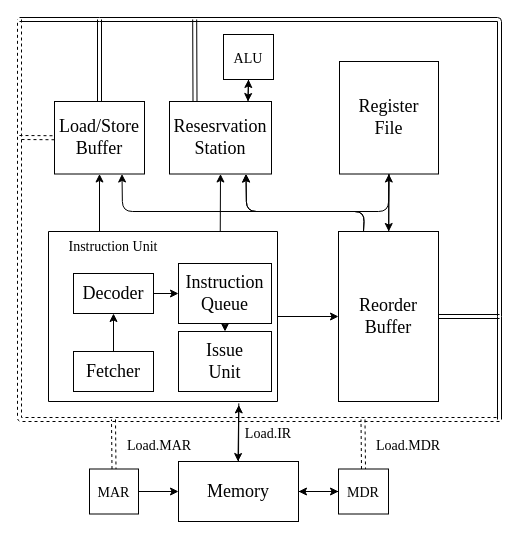
Before: docs/structure.drawio in Conless/RISC-V-Simulator, a draw.io diagram. Source tidied: cells renumbered, new cells numbered last; positions are measured from the earlier drawing's top-left corner, leaving out a move shared by most shapes. Both pictures are drawn from the tidied source at 100%, with x=0, y=0 at pixel (19, 19).
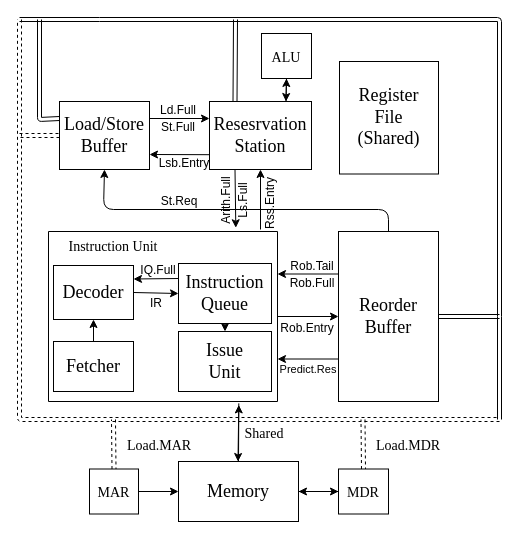
Above is the later version.

Commit message (it also covers changes not shown here):
feat(structure): finish the structure design.

The change refers to these unchanged cells:
```xml
<mxCell id="15" style="swimlane;startSize=0;fontFamily=Times New Roman;fontSize=14;" parent="1" vertex="1">
  <mxGeometry x="29" y="212" width="229" height="170" as="geometry" />
</mxCell>
<mxCell id="18" value="&lt;font face=&quot;Times New Roman&quot; style=&quot;font-size: 18px;&quot;&gt;Instruction Queue&lt;/font&gt;" style="whiteSpace=wrap;html=1;" parent="15" vertex="1">
  <mxGeometry x="130" y="32" width="93" height="60" as="geometry" />
</mxCell>
<mxCell id="23" value="&lt;font face=&quot;Times New Roman&quot; style=&quot;font-size: 18px;&quot;&gt;Reorder Buffer&lt;br&gt;&lt;/font&gt;" style="whiteSpace=wrap;html=1;" parent="1" vertex="1">
  <mxGeometry x="319" y="212" width="100" height="170" as="geometry" />
</mxCell>
```

Change to the diagram source:
```diff
@@
     <mxCell id="10" value="&lt;font face=&quot;Times New Roman&quot; style=&quot;font-size: 18px;&quot;&gt;Decoder&lt;/font&gt;" style="whiteSpace=wrap;html=1;" parent="1" vertex="1">
-      <mxGeometry x="54" y="254" width="80" height="40" as="geometry" />
+      <mxGeometry x="34" y="246" width="80" height="54" as="geometry" />
     </mxCell>
@@
-    <mxCell id="14" style="edgeStyle=none;html=1;exitX=0.75;exitY=0;exitDx=0;exitDy=0;entryX=0.5;entryY=1;entryDx=0;entryDy=0;fontFamily=Times New Roman;fontSize=14;" parent="1" edge="1" source="15" target="31">
-      <mxGeometry relative="1" as="geometry" />
+    <mxCell id="14" style="edgeStyle=none;html=1;entryX=0.5;entryY=1;entryDx=0;entryDy=0;fontFamily=Times New Roman;fontSize=14;" parent="1" edge="1" target="31">
+      <mxGeometry relative="1" as="geometry">
+        <mxPoint x="241" y="210" as="sourcePoint" />
+      </mxGeometry>
     </mxCell>
@@
     <mxCell id="19" value="&lt;font face=&quot;Times New Roman&quot; style=&quot;font-size: 18px;&quot;&gt;Fetcher&lt;/font&gt;" style="whiteSpace=wrap;html=1;" parent="15" vertex="1">
-      <mxGeometry x="25" y="120" width="80" height="40" as="geometry" />
+      <mxGeometry x="5" y="110" width="80" height="50" as="geometry" />
     </mxCell>
@@
-    <mxCell id="21" style="edgeStyle=none;html=1;fontFamily=Times New Roman;fontSize=14;" parent="1" edge="1" source="23" target="26">
-      <mxGeometry relative="1" as="geometry" />
-    </mxCell>
-    <mxCell id="22" style="edgeStyle=none;html=1;exitX=0.25;exitY=0;exitDx=0;exitDy=0;entryX=0.75;entryY=1;entryDx=0;entryDy=0;fontFamily=Times New Roman;fontSize=14;" parent="1" edge="1" source="23" target="31">
-      <mxGeometry relative="1" as="geometry">
-        <Array as="points">
-          <mxPoint x="345" y="192" />
-          <mxPoint x="227" y="192" />
-        </Array>
-      </mxGeometry>
-    </mxCell>
+    <mxCell id="45" value="&lt;font style=&quot;font-size: 12px;&quot;&gt;IQ.Full&lt;/font&gt;" style="text;strokeColor=none;align=center;fillColor=none;html=1;verticalAlign=middle;whiteSpace=wrap;rounded=0;fontSize=14;" parent="15" vertex="1">
+      <mxGeometry x="80" y="23" width="60" height="30" as="geometry" />
+    </mxCell>
+    <mxCell id="46" value="&lt;font style=&quot;font-size: 12px;&quot;&gt;IR&lt;/font&gt;" style="text;strokeColor=none;align=center;fillColor=none;html=1;verticalAlign=middle;whiteSpace=wrap;rounded=0;fontSize=14;" parent="15" vertex="1">
+      <mxGeometry x="78" y="56" width="60" height="30" as="geometry" />
+    </mxCell>
@@
-    <mxCell id="24" style="edgeStyle=none;html=1;exitX=0.5;exitY=1;exitDx=0;exitDy=0;entryX=0.75;entryY=1;entryDx=0;entryDy=0;fontFamily=Times New Roman;fontSize=14;" parent="1" edge="1" source="26" target="31">
-      <mxGeometry relative="1" as="geometry">
-        <Array as="points">
-          <mxPoint x="369" y="192" />
-          <mxPoint x="227" y="192" />
-        </Array>
-      </mxGeometry>
-    </mxCell>
-    <mxCell id="25" style="edgeStyle=none;html=1;fontFamily=Times New Roman;fontSize=14;" parent="1" edge="1" source="26" target="23">
-      <mxGeometry relative="1" as="geometry" />
-    </mxCell>
-    <mxCell id="26" value="&lt;font face=&quot;Times New Roman&quot; style=&quot;font-size: 18px;&quot;&gt;Register&lt;br&gt;File&lt;br&gt;&lt;/font&gt;" style="whiteSpace=wrap;html=1;" parent="1" vertex="1">
+    <mxCell id="26" value="&lt;font face=&quot;Times New Roman&quot; style=&quot;font-size: 18px;&quot;&gt;Register&lt;br&gt;File&lt;br&gt;(Shared)&lt;br&gt;&lt;/font&gt;" style="whiteSpace=wrap;html=1;" parent="1" vertex="1">
       <mxGeometry x="320" y="42" width="99" height="112.5" as="geometry" />
     </mxCell>
-    <mxCell id="27" style="edgeStyle=none;html=1;exitX=0.75;exitY=0;exitDx=0;exitDy=0;entryX=0.5;entryY=1;entryDx=0;entryDy=0;fontFamily=Times New Roman;fontSize=14;" parent="1" edge="1" target="34">
-      <mxGeometry relative="1" as="geometry">
-        <mxPoint x="228.5" y="82" as="sourcePoint" />
-      </mxGeometry>
+    <mxCell id="27" style="edgeStyle=none;html=1;exitX=0.75;exitY=0;exitDx=0;exitDy=0;entryX=0.5;entryY=1;entryDx=0;entryDy=0;fontFamily=Times New Roman;fontSize=14;" parent="1" edge="1" source="31" target="34">
+      <mxGeometry relative="1" as="geometry" />
     </mxCell>
+    <mxCell id="47" style="edgeStyle=none;html=1;exitX=1;exitY=0.25;exitDx=0;exitDy=0;entryX=0;entryY=0.25;entryDx=0;entryDy=0;fontSize=18;" parent="1" edge="1" source="28" target="31">
+      <mxGeometry relative="1" as="geometry" />
+    </mxCell>
-    <mxCell id="28" value="&lt;font face=&quot;Times New Roman&quot; style=&quot;font-size: 18px;&quot;&gt;Load/Store&lt;br&gt;Buffer&lt;br&gt;&lt;/font&gt;" style="whiteSpace=wrap;html=1;" parent="1" vertex="1">
-      <mxGeometry x="35" y="82" width="90" height="72.5" as="geometry" />
+    <mxCell id="28" value="&lt;font face=&quot;Times New Roman&quot; style=&quot;font-size: 18px;&quot;&gt;&lt;span style=&quot;&quot;&gt;Load/Store&lt;br&gt;&lt;/span&gt;Buffer&lt;br&gt;&lt;/font&gt;" style="whiteSpace=wrap;html=1;" parent="1" vertex="1">
+      <mxGeometry x="40" y="82" width="90" height="68" as="geometry" />
     </mxCell>
-    <mxCell id="29" style="edgeStyle=none;html=1;entryX=0.5;entryY=1;entryDx=0;entryDy=0;fontFamily=Times New Roman;fontSize=14;" parent="1" edge="1" target="28">
-      <mxGeometry relative="1" as="geometry">
-        <mxPoint x="80" y="212" as="sourcePoint" />
-      </mxGeometry>
-    </mxCell>
     <mxCell id="30" style="edgeStyle=none;shape=link;html=1;exitX=0.25;exitY=0;exitDx=0;exitDy=0;strokeWidth=1;fontFamily=Times New Roman;fontSize=14;" parent="1" edge="1" source="31">
       <mxGeometry relative="1" as="geometry">
-        <mxPoint x="175.2" as="targetPoint" />
+        <mxPoint x="216" as="targetPoint" />
       </mxGeometry>
     </mxCell>
+    <mxCell id="48" style="edgeStyle=none;html=1;exitX=0;exitY=0.5;exitDx=0;exitDy=0;" parent="1" edge="1">
+      <mxGeometry relative="1" as="geometry">
+        <mxPoint x="190" y="135.2" as="sourcePoint" />
+        <mxPoint x="130" y="135" as="targetPoint" />
+      </mxGeometry>
+    </mxCell>
+    <mxCell id="49" style="edgeStyle=none;html=1;exitX=0.25;exitY=1;exitDx=0;exitDy=0;entryX=0.818;entryY=-0.022;entryDx=0;entryDy=0;entryPerimeter=0;fontSize=18;" parent="1" edge="1" source="31" target="15">
+      <mxGeometry relative="1" as="geometry" />
+    </mxCell>
     <mxCell id="31" value="&lt;span style=&quot;font-family: &amp;quot;Times New Roman&amp;quot;; font-size: 18px;&quot;&gt;Resesrvation&lt;/span&gt;&lt;br style=&quot;font-family: &amp;quot;Times New Roman&amp;quot;; font-size: 18px;&quot;&gt;&lt;span style=&quot;font-family: &amp;quot;Times New Roman&amp;quot;; font-size: 18px;&quot;&gt;Station&lt;/span&gt;&lt;font face=&quot;Times New Roman&quot; style=&quot;font-size: 18px;&quot;&gt;&lt;br&gt;&lt;/font&gt;" style="whiteSpace=wrap;html=1;" parent="1" vertex="1">
-      <mxGeometry x="150" y="82" width="102" height="72.5" as="geometry" />
+      <mxGeometry x="190" y="82" width="102" height="68" as="geometry" />
     </mxCell>
-    <mxCell id="32" style="edgeStyle=none;html=1;exitX=0.25;exitY=0;exitDx=0;exitDy=0;entryX=0.75;entryY=1;entryDx=0;entryDy=0;fontFamily=Times New Roman;fontSize=14;" parent="1" edge="1" source="23" target="28">
+    <mxCell id="32" style="edgeStyle=none;html=1;entryX=0.5;entryY=1;entryDx=0;entryDy=0;fontFamily=Times New Roman;fontSize=14;exitX=0.5;exitY=0;exitDx=0;exitDy=0;" parent="1" edge="1" source="23" target="28">
       <mxGeometry relative="1" as="geometry">
         <Array as="points">
-          <mxPoint x="345" y="192" />
-          <mxPoint x="103" y="192" />
+          <mxPoint x="369" y="190" />
+          <mxPoint x="84" y="190" />
         </Array>
       </mxGeometry>
     </mxCell>
-    <mxCell id="33" style="edgeStyle=none;html=1;exitX=0.5;exitY=1;exitDx=0;exitDy=0;entryX=0.75;entryY=0;entryDx=0;entryDy=0;fontFamily=Times New Roman;fontSize=14;" parent="1" edge="1" source="34">
-      <mxGeometry relative="1" as="geometry">
-        <mxPoint x="228.5" y="82" as="targetPoint" />
-      </mxGeometry>
+    <mxCell id="33" style="edgeStyle=none;html=1;exitX=0.5;exitY=1;exitDx=0;exitDy=0;entryX=0.75;entryY=0;entryDx=0;entryDy=0;fontFamily=Times New Roman;fontSize=14;" parent="1" edge="1" source="34" target="31">
+      <mxGeometry relative="1" as="geometry" />
     </mxCell>
     <mxCell id="34" value="&lt;font style=&quot;font-size: 14px;&quot;&gt;ALU&lt;/font&gt;" style="whiteSpace=wrap;html=1;fontFamily=Times New Roman;fontSize=18;" parent="1" vertex="1">
-      <mxGeometry x="204" y="15" width="50" height="45" as="geometry" />
+      <mxGeometry x="242" y="14" width="50" height="45" as="geometry" />
     </mxCell>
-    <mxCell id="35" value="Load.IR" style="text;html=1;strokeColor=none;fillColor=none;align=center;verticalAlign=middle;whiteSpace=wrap;rounded=0;fontFamily=Times New Roman;fontSize=14;" parent="1" vertex="1">
-      <mxGeometry x="219" y="400" width="60" height="30" as="geometry" />
+    <mxCell id="35" value="Shared" style="text;html=1;strokeColor=none;fillColor=none;align=center;verticalAlign=middle;whiteSpace=wrap;rounded=0;fontFamily=Times New Roman;fontSize=14;" parent="1" vertex="1">
+      <mxGeometry x="215" y="400" width="60" height="30" as="geometry" />
     </mxCell>
@@
-    <mxCell id="40" style="edgeStyle=none;shape=link;html=1;exitX=0.5;exitY=0;exitDx=0;exitDy=0;strokeWidth=1;fontFamily=Times New Roman;fontSize=14;" parent="1" edge="1" source="28">
+    <mxCell id="40" style="edgeStyle=none;shape=link;html=1;exitX=0;exitY=0.25;exitDx=0;exitDy=0;strokeWidth=1;fontFamily=Times New Roman;fontSize=14;" parent="1" edge="1" source="28">
       <mxGeometry relative="1" as="geometry">
-        <mxPoint x="80" as="targetPoint" />
+        <mxPoint x="20" as="targetPoint" />
+        <Array as="points">
+          <mxPoint x="20" y="100" />
+        </Array>
       </mxGeometry>
     </mxCell>
@@
     <mxCell id="44" style="edgeStyle=none;shape=link;html=1;strokeWidth=1;fontFamily=Times New Roman;fontSize=14;dashed=1;entryX=0;entryY=0.5;entryDx=0;entryDy=0;" parent="1" edge="1" target="28">
       <mxGeometry relative="1" as="geometry">
-        <mxPoint y="118" as="sourcePoint" />
+        <mxPoint y="116" as="sourcePoint" />
       </mxGeometry>
     </mxCell>
+    <mxCell id="50" style="edgeStyle=none;html=1;entryX=1;entryY=0.25;entryDx=0;entryDy=0;fontFamily=Times New Roman;fontSize=14;exitX=0;exitY=0.25;exitDx=0;exitDy=0;" parent="1" edge="1" source="23" target="15">
+      <mxGeometry relative="1" as="geometry" />
+    </mxCell>
+    <mxCell id="51" value="&lt;font style=&quot;font-size: 12px;&quot;&gt;Rob.Entry&lt;/font&gt;" style="text;strokeColor=none;align=center;fillColor=none;html=1;verticalAlign=middle;whiteSpace=wrap;rounded=0;fontSize=14;" parent="1" vertex="1">
+      <mxGeometry x="258" y="293" width="60" height="30" as="geometry" />
+    </mxCell>
+    <mxCell id="52" value="&lt;font style=&quot;font-size: 12px;&quot;&gt;Rob.Tail&lt;br&gt;Rob.Full&lt;br&gt;&lt;/font&gt;" style="text;strokeColor=none;align=center;fillColor=none;html=1;verticalAlign=middle;whiteSpace=wrap;rounded=0;fontSize=14;" parent="1" vertex="1">
+      <mxGeometry x="263" y="239" width="60" height="30" as="geometry" />
+    </mxCell>
+    <mxCell id="53" style="edgeStyle=none;jettySize=auto;html=1;fontSize=12;exitX=0;exitY=0.25;exitDx=0;exitDy=0;entryX=1;entryY=0.25;entryDx=0;entryDy=0;" parent="1" edge="1" source="18" target="10">
+      <mxGeometry relative="1" as="geometry" />
+    </mxCell>
+    <mxCell id="54" value="&lt;font style=&quot;font-size: 12px;&quot;&gt;Rss.Entry&lt;/font&gt;" style="text;strokeColor=none;align=center;fillColor=none;html=1;verticalAlign=middle;whiteSpace=wrap;rounded=0;fontSize=14;horizontal=0;" parent="1" vertex="1">
+      <mxGeometry x="220" y="169" width="60" height="30" as="geometry" />
+    </mxCell>
+    <mxCell id="55" value="&lt;font style=&quot;font-size: 12px;&quot;&gt;St.Req&lt;/font&gt;" style="text;strokeColor=none;align=center;fillColor=none;html=1;verticalAlign=middle;whiteSpace=wrap;rounded=0;fontSize=14;" parent="1" vertex="1">
+      <mxGeometry x="130" y="166" width="60" height="30" as="geometry" />
+    </mxCell>
+    <mxCell id="56" value="&lt;font style=&quot;font-size: 12px;&quot;&gt;Lsb.Entry&lt;/font&gt;" style="text;strokeColor=none;align=center;fillColor=none;html=1;verticalAlign=middle;whiteSpace=wrap;rounded=0;fontSize=14;" parent="1" vertex="1">
+      <mxGeometry x="135" y="128" width="60" height="30" as="geometry" />
+    </mxCell>
+    <mxCell id="57" value="&lt;font style=&quot;font-size: 12px;&quot;&gt;Arith.Full&lt;br&gt;Ls.Full&lt;br&gt;&lt;/font&gt;" style="text;strokeColor=none;align=center;fillColor=none;html=1;verticalAlign=middle;whiteSpace=wrap;rounded=0;fontSize=14;horizontal=0;" parent="1" vertex="1">
+      <mxGeometry x="184" y="166" width="60" height="30" as="geometry" />
+    </mxCell>
+    <mxCell id="58" value="&lt;font style=&quot;font-size: 12px;&quot;&gt;Ld.Full&lt;br&gt;St.Full&lt;br&gt;&lt;/font&gt;" style="text;strokeColor=none;align=center;fillColor=none;html=1;verticalAlign=middle;whiteSpace=wrap;rounded=0;fontSize=14;" parent="1" vertex="1">
+      <mxGeometry x="129" y="83" width="60" height="30" as="geometry" />
+    </mxCell>
+    <mxCell id="59" style="edgeStyle=none;html=1;entryX=1;entryY=0.75;entryDx=0;entryDy=0;fontFamily=Times New Roman;fontSize=14;exitX=0;exitY=0.75;exitDx=0;exitDy=0;" parent="1" edge="1" source="23" target="15">
+      <mxGeometry relative="1" as="geometry" />
+    </mxCell>
+    <mxCell id="60" value="&lt;font style=&quot;font-size: 11px;&quot;&gt;Predict.Res&lt;/font&gt;" style="text;strokeColor=none;align=center;fillColor=none;html=1;verticalAlign=middle;whiteSpace=wrap;rounded=0;fontSize=14;" parent="1" vertex="1">
+      <mxGeometry x="259" y="334" width="60" height="30" as="geometry" />
+    </mxCell>
```
